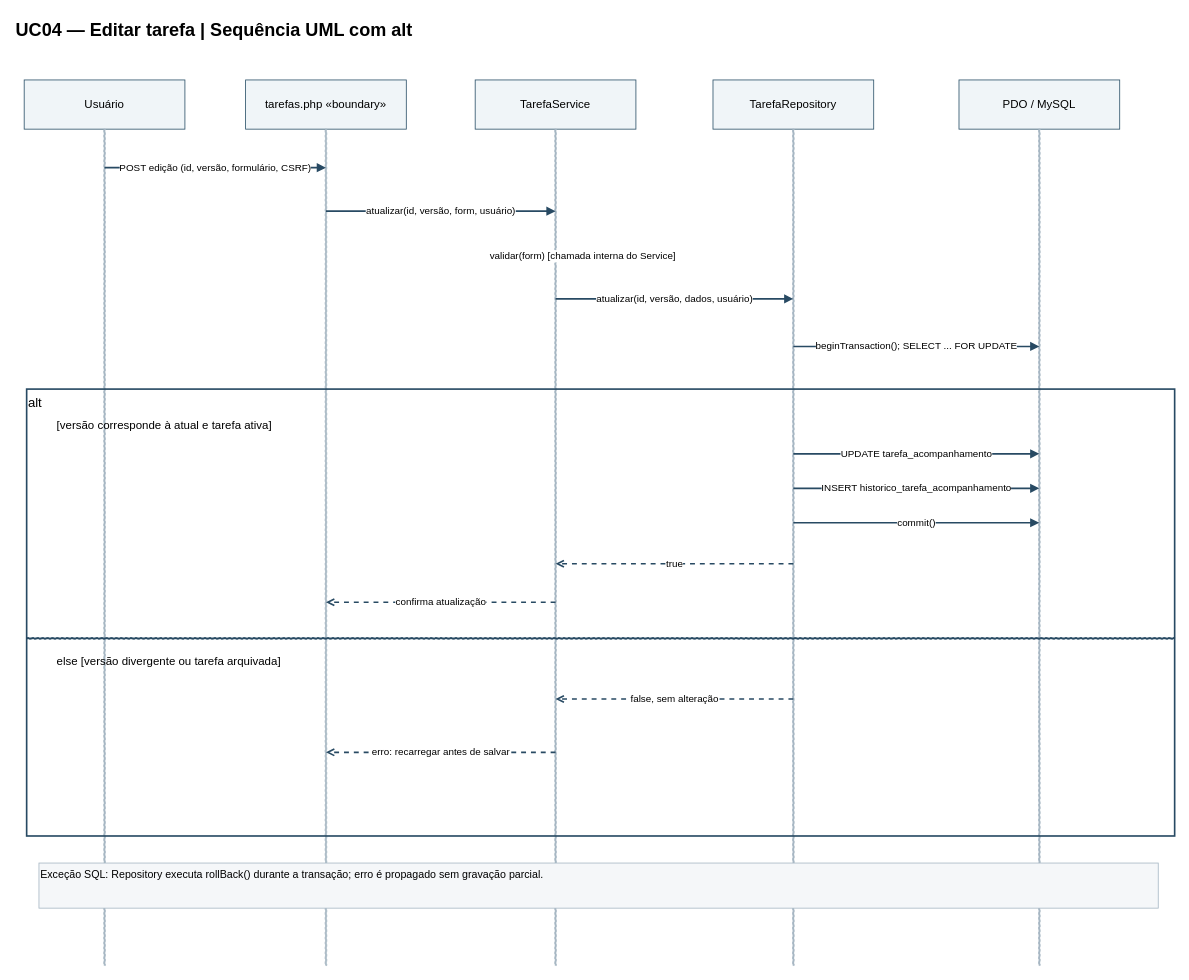
This is diagramas-corrigidos-editaveis/07-sequencia-edicao-alt.drawio from brunorobertocataneo/Monitorrenova, a draw.io file, before an edit. Source tidied: cells renumbered, new cells numbered last; positions are measured from the earlier drawing's top-left corner, leaving out a move shared by most shapes. Both pictures are drawn from the tidied source at 82%, with x=0, y=0 at pixel (14, 14).
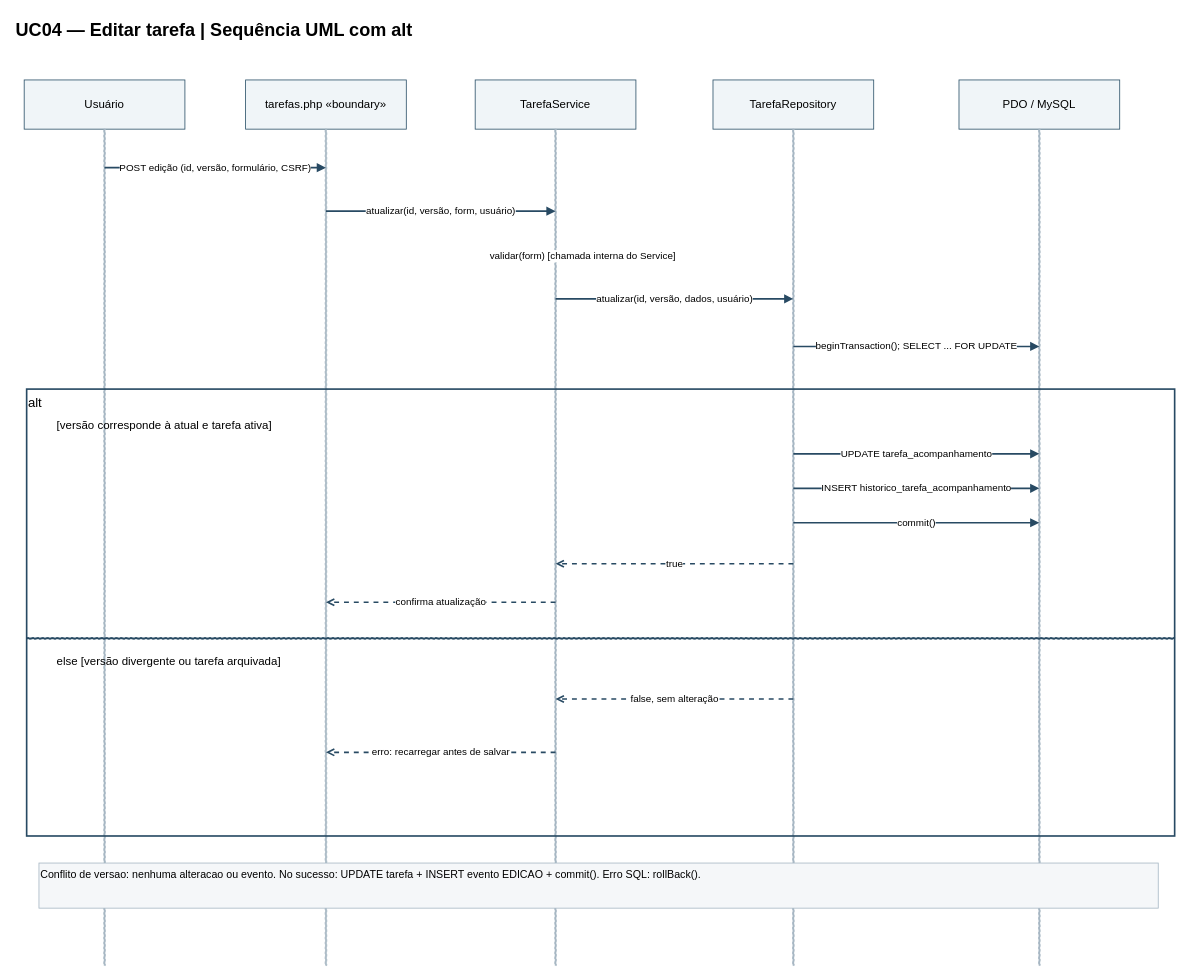
After the change.

Change to the diagram source:
```diff
@@
-    <mxCell id="27" value="Exceção SQL: Repository executa rollBack() durante a transação; erro é propagado sem gravação parcial." style="text;html=1;whiteSpace=wrap;fillColor=#f5f7f9;strokeColor=#a8b8c4;align=left;fontSize=13;" parent="1" vertex="1">
+    <mxCell id="27" value="Conflito de versao: nenhuma alteracao ou evento. No sucesso: UPDATE tarefa + INSERT evento EDICAO + commit(). Erro SQL: rollBack()." style="text;html=1;whiteSpace=wrap;fillColor=#f5f7f9;strokeColor=#a8b8c4;align=left;fontSize=13;" parent="1" vertex="1">
       <mxGeometry x="30" y="1035" width="1365" height="55" as="geometry" />
     </mxCell>
```
